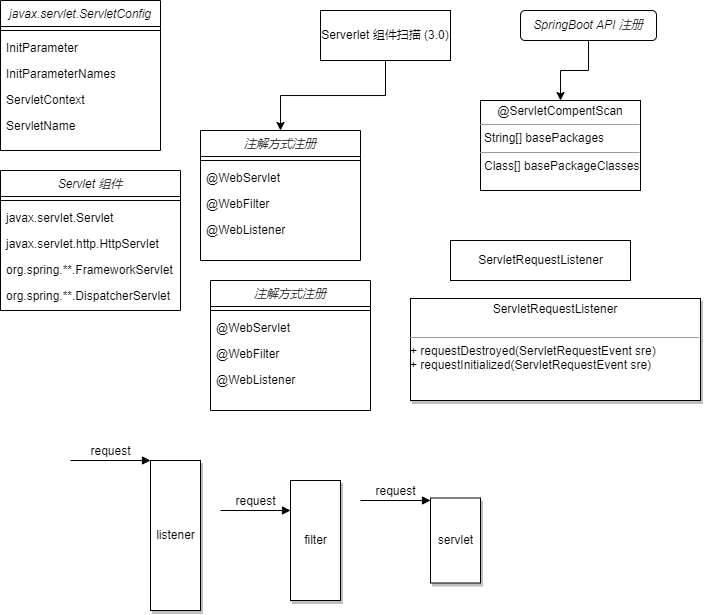
Before: diagrams/springboot-web.drawio.png, a diagram exported from draw.io (GitHeP/diagrams). Source tidied: cells renumbered, new cells last; positions are measured from the earlier drawing's top-left corner, leaving out a move shared by most shapes.
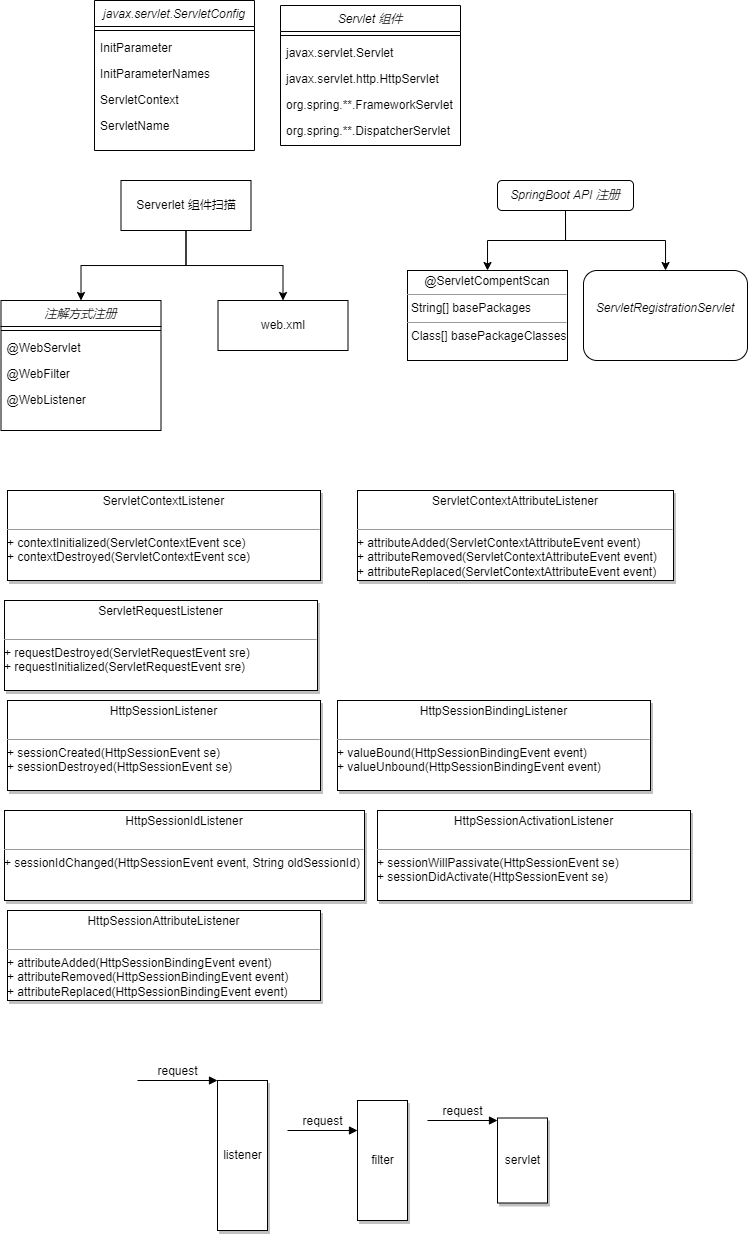
After the commit.

Diff of the diagram source:
```diff
@@ -3,7 +3,7 @@
     <mxCell id="0" />
     <mxCell id="1" parent="0" />
     <mxCell id="2" value="javax.servlet.ServletConfig" style="swimlane;fontStyle=2;align=center;verticalAlign=top;horizontal=1;startSize=26;rounded=0;shadow=0;strokeWidth=1;" parent="1" vertex="1">
-      <mxGeometry width="160" height="150" as="geometry" />
+      <mxGeometry x="-30" width="160" height="150" as="geometry" />
     </mxCell>
     <mxCell id="3" style="line;html=1;strokeWidth=1;align=left;verticalAlign=middle;spacingTop=-1;spacingLeft=3;spacingRight=3;labelPosition=right;" parent="2" vertex="1">
       <mxGeometry y="26" width="160" height="8" as="geometry" />
@@ -23,11 +23,14 @@
     <mxCell id="8" style="edgeStyle=orthogonalEdgeStyle;rounded=0;jettySize=auto;html=1;exitX=0.5;exitY=1;exitDx=0;exitDy=0;entryX=0.5;entryY=0;entryDx=0;entryDy=0;" parent="1" edge="1" source="9" target="10">
       <mxGeometry relative="1" as="geometry" />
     </mxCell>
+    <mxCell id="38" style="edgeStyle=orthogonalEdgeStyle;rounded=0;jettySize=auto;html=1;exitX=0.5;exitY=1;exitDx=0;exitDy=0;entryX=0.5;entryY=0;entryDx=0;entryDy=0;" parent="1" edge="1" source="9" target="49">
+      <mxGeometry relative="1" as="geometry" />
+    </mxCell>
-    <mxCell id="9" value="&lt;span style=&quot;&quot;&gt;Serverlet 组件扫描 (3.0)&lt;/span&gt;" style="rounded=0;whiteSpace=wrap;html=1;" parent="1" vertex="1">
-      <mxGeometry x="320" y="10" width="130" height="50" as="geometry" />
+    <mxCell id="9" value="&lt;span style=&quot;&quot;&gt;Serverlet 组件扫描&lt;/span&gt;" style="rounded=0;whiteSpace=wrap;html=1;" parent="1" vertex="1">
+      <mxGeometry x="-3.5" y="180" width="130" height="50" as="geometry" />
     </mxCell>
     <mxCell id="10" value="注解方式注册" style="swimlane;fontStyle=2;align=center;verticalAlign=top;horizontal=1;startSize=26;rounded=0;shadow=0;strokeWidth=1;" parent="1" vertex="1">
-      <mxGeometry x="200" y="130" width="160" height="130" as="geometry" />
+      <mxGeometry x="-123.5" y="300" width="160" height="130" as="geometry" />
     </mxCell>
     <mxCell id="11" style="line;html=1;strokeWidth=1;align=left;verticalAlign=middle;spacingTop=-1;spacingLeft=3;spacingRight=3;labelPosition=right;" parent="10" vertex="1">
       <mxGeometry y="26" width="160" height="8" as="geometry" />
@@ -44,14 +47,17 @@
     <mxCell id="15" style="edgeStyle=orthogonalEdgeStyle;rounded=0;jettySize=auto;html=1;exitX=0.5;exitY=1;exitDx=0;exitDy=0;entryX=0.5;entryY=0;entryDx=0;entryDy=0;" parent="1" edge="1" source="16" target="17">
       <mxGeometry relative="1" as="geometry" />
     </mxCell>
+    <mxCell id="39" style="edgeStyle=orthogonalEdgeStyle;rounded=0;jettySize=auto;html=1;exitX=0.5;exitY=1;exitDx=0;exitDy=0;" parent="1" edge="1" source="16" target="40">
+      <mxGeometry relative="1" as="geometry" />
+    </mxCell>
     <mxCell id="16" value="&lt;span style=&quot;font-style: italic;&quot;&gt;SpringBoot API 注册&lt;/span&gt;" style="rounded=1;whiteSpace=wrap;html=1;" parent="1" vertex="1">
-      <mxGeometry x="520" y="10" width="136" height="30" as="geometry" />
+      <mxGeometry x="373" y="180" width="136" height="30" as="geometry" />
     </mxCell>
     <mxCell id="17" value="&lt;p style=&quot;margin:0px;margin-top:4px;text-align:center;&quot;&gt;&lt;span style=&quot;text-align: left;&quot;&gt;@ServletCompentScan&lt;/span&gt;&lt;br&gt;&lt;/p&gt;&lt;hr size=&quot;1&quot;&gt;&lt;p style=&quot;margin:0px;margin-left:4px;&quot;&gt;String[] basePackages&lt;/p&gt;&lt;hr size=&quot;1&quot;&gt;&lt;p style=&quot;margin:0px;margin-left:4px;&quot;&gt;Class[] basePackageClasses&lt;/p&gt;" style="verticalAlign=top;align=left;overflow=fill;fontSize=12;fontFamily=Helvetica;html=1;" parent="1" vertex="1">
-      <mxGeometry x="480" y="100" width="160" height="90" as="geometry" />
+      <mxGeometry x="283" y="270" width="160" height="90" as="geometry" />
     </mxCell>
     <mxCell id="18" value="Servlet 组件" style="swimlane;fontStyle=2;align=center;verticalAlign=top;horizontal=1;startSize=26;rounded=0;shadow=0;strokeWidth=1;" parent="1" vertex="1">
-      <mxGeometry y="170" width="180" height="140" as="geometry" />
+      <mxGeometry x="156" y="5" width="180" height="140" as="geometry" />
     </mxCell>
     <mxCell id="19" style="line;html=1;strokeWidth=1;align=left;verticalAlign=middle;spacingTop=-1;spacingLeft=3;spacingRight=3;labelPosition=right;" parent="18" vertex="1">
       <mxGeometry y="26" width="180" height="8" as="geometry" />
@@ -68,55 +74,67 @@
     <mxCell id="23" value="org.spring.**.DispatcherServlet" style="text;align=left;verticalAlign=top;spacingLeft=4;spacingRight=4;overflow=hidden;" parent="18" vertex="1">
       <mxGeometry y="112" width="180" height="26" as="geometry" />
     </mxCell>
-    <mxCell id="24" value="注解方式注册" style="swimlane;fontStyle=2;align=center;verticalAlign=top;horizontal=1;startSize=26;rounded=0;shadow=0;strokeWidth=1;" parent="1" vertex="1">
-      <mxGeometry x="210" y="280" width="160" height="130" as="geometry" />
-    </mxCell>
-    <mxCell id="25" style="line;html=1;strokeWidth=1;align=left;verticalAlign=middle;spacingTop=-1;spacingLeft=3;spacingRight=3;labelPosition=right;" parent="24" vertex="1">
-      <mxGeometry y="26" width="160" height="8" as="geometry" />
-    </mxCell>
-    <mxCell id="26" value="@WebServlet" style="text;align=left;verticalAlign=top;spacingLeft=4;spacingRight=4;overflow=hidden;" parent="24" vertex="1">
-      <mxGeometry y="34" width="160" height="26" as="geometry" />
-    </mxCell>
-    <mxCell id="27" value="@WebFilter" style="text;align=left;verticalAlign=top;spacingLeft=4;spacingRight=4;overflow=hidden;" parent="24" vertex="1">
-      <mxGeometry y="60" width="160" height="26" as="geometry" />
-    </mxCell>
-    <mxCell id="28" value="@WebListener" style="text;align=left;verticalAlign=top;spacingLeft=4;spacingRight=4;overflow=hidden;" parent="24" vertex="1">
-      <mxGeometry y="86" width="160" height="26" as="geometry" />
-    </mxCell>
     <mxCell id="29" style="text;strokeColor=none;fillColor=none;align=left;verticalAlign=middle;spacingTop=-1;spacingLeft=4;spacingRight=4;labelPosition=right;" parent="1" vertex="1">
-      <mxGeometry x="440" y="298" width="160" height="12" as="geometry" />
+      <mxGeometry x="383" y="248" width="160" height="12" as="geometry" />
     </mxCell>
-    <mxCell id="30" value="ServletRequestListener" style="html=1;gradientColor=none;gradientDirection=north;" parent="1" vertex="1">
-      <mxGeometry x="450" y="240" width="180" height="40" as="geometry" />
-    </mxCell>
     <mxCell id="31" value="&lt;p style=&quot;margin:0px;margin-top:4px;text-align:center;&quot;&gt;ServletRequestListener&lt;br&gt;&lt;/p&gt;&lt;p style=&quot;margin:0px;margin-left:4px;&quot;&gt;&lt;br&gt;&lt;/p&gt;&lt;hr size=&quot;1&quot;&gt;+ requestDestroyed(ServletRequestEvent sre)&lt;br&gt;+&amp;nbsp;&lt;span style=&quot;background-color: initial;&quot;&gt;requestInitialized(ServletRequestEvent sre)&lt;/span&gt;" style="verticalAlign=top;align=left;overflow=fill;fontSize=12;fontFamily=Helvetica;html=1;shadow=1;gradientColor=none;gradientDirection=north;" parent="1" vertex="1">
-      <mxGeometry x="410" y="298" width="290" height="102" as="geometry" />
+      <mxGeometry x="-120" y="600" width="313" height="90" as="geometry" />
     </mxCell>
     <mxCell id="32" value="listener" style="html=1;points=[];perimeter=orthogonalPerimeter;shadow=1;gradientColor=none;gradientDirection=north;" parent="1" vertex="1">
-      <mxGeometry x="150" y="460" width="50" height="150" as="geometry" />
+      <mxGeometry x="93" y="1080" width="50" height="150" as="geometry" />
     </mxCell>
     <mxCell id="33" value="request" style="html=1;verticalAlign=bottom;endArrow=block;entryX=0;entryY=0;rounded=0;" parent="1" edge="1" target="32">
       <mxGeometry relative="1" as="geometry">
-        <mxPoint x="70" y="460" as="sourcePoint" />
+        <mxPoint x="13" y="1080" as="sourcePoint" />
       </mxGeometry>
     </mxCell>
     <mxCell id="34" value="filter" style="html=1;perimeter=orthogonalPerimeter;shadow=1;gradientColor=none;gradientDirection=north;" parent="1" vertex="1">
-      <mxGeometry x="290" y="480" width="50" height="120" as="geometry" />
+      <mxGeometry x="233" y="1100" width="50" height="120" as="geometry" />
     </mxCell>
     <mxCell id="35" value="request" style="html=1;verticalAlign=bottom;endArrow=block;entryX=0;entryY=0;rounded=0;" parent="1" edge="1">
       <mxGeometry relative="1" as="geometry">
-        <mxPoint x="220" y="510" as="sourcePoint" />
-        <mxPoint x="290" y="510" as="targetPoint" />
+        <mxPoint x="163" y="1130" as="sourcePoint" />
+        <mxPoint x="233" y="1130" as="targetPoint" />
       </mxGeometry>
     </mxCell>
     <mxCell id="36" value="servlet" style="html=1;perimeter=orthogonalPerimeter;shadow=1;gradientColor=none;gradientDirection=north;" parent="1" vertex="1">
-      <mxGeometry x="430" y="497.5" width="50" height="85" as="geometry" />
+      <mxGeometry x="373" y="1117.5" width="50" height="85" as="geometry" />
     </mxCell>
     <mxCell id="37" value="request" style="html=1;verticalAlign=bottom;endArrow=block;entryX=0;entryY=0;rounded=0;" parent="1" edge="1">
       <mxGeometry relative="1" as="geometry">
-        <mxPoint x="360" y="500" as="sourcePoint" />
-        <mxPoint x="430" y="500" as="targetPoint" />
+        <mxPoint x="303" y="1120" as="sourcePoint" />
+        <mxPoint x="373" y="1120" as="targetPoint" />
       </mxGeometry>
     </mxCell>
+    <mxCell id="40" value="&lt;span style=&quot;font-style: italic;&quot;&gt;ServletRegistrationServlet&lt;br&gt;&lt;br&gt;&lt;/span&gt;" style="rounded=1;whiteSpace=wrap;html=1;" parent="1" vertex="1">
+      <mxGeometry x="459" y="270" width="164" height="90" as="geometry" />
+    </mxCell>
+    <mxCell id="41" value="&lt;p style=&quot;margin:0px;margin-top:4px;text-align:center;&quot;&gt;ServletContextAttributeListener&lt;br&gt;&lt;/p&gt;&lt;p style=&quot;margin:0px;margin-left:4px;&quot;&gt;&lt;br&gt;&lt;/p&gt;&lt;hr size=&quot;1&quot;&gt;+ attributeAdded(ServletContextAttributeEvent event)&lt;br&gt;+ attributeRemoved(ServletContextAttributeEvent event)&lt;br&gt;+&amp;nbsp;attributeReplaced(ServletContextAttributeEvent event)" style="verticalAlign=top;align=left;overflow=fill;fontSize=12;fontFamily=Helvetica;html=1;shadow=1;gradientColor=none;gradientDirection=north;" parent="1" vertex="1">
+      <mxGeometry x="233" y="490" width="316" height="90" as="geometry" />
+    </mxCell>
+    <mxCell id="42" value="&lt;p style=&quot;margin:0px;margin-top:4px;text-align:center;&quot;&gt;HttpSessionListener&lt;br&gt;&lt;/p&gt;&lt;p style=&quot;margin:0px;margin-left:4px;&quot;&gt;&lt;br&gt;&lt;/p&gt;&lt;hr size=&quot;1&quot;&gt;+ sessionCreated(HttpSessionEvent se)&lt;br&gt;+ sessionDestroyed(HttpSessionEvent se)" style="verticalAlign=top;align=left;overflow=fill;fontSize=12;fontFamily=Helvetica;html=1;shadow=1;gradientColor=none;gradientDirection=north;" parent="1" vertex="1">
+      <mxGeometry x="-117" y="700" width="313" height="90" as="geometry" />
+    </mxCell>
+    <mxCell id="43" value="&lt;p style=&quot;margin:0px;margin-top:4px;text-align:center;&quot;&gt;ServletContextListener&lt;br&gt;&lt;/p&gt;&lt;p style=&quot;margin:0px;margin-left:4px;&quot;&gt;&lt;br&gt;&lt;/p&gt;&lt;hr size=&quot;1&quot;&gt;+&amp;nbsp;contextInitialized(ServletContextEvent sce)&lt;br&gt;+&amp;nbsp;contextDestroyed(ServletContextEvent sce)" style="verticalAlign=top;align=left;overflow=fill;fontSize=12;fontFamily=Helvetica;html=1;shadow=1;gradientColor=none;gradientDirection=north;" parent="1" vertex="1">
+      <mxGeometry x="-117" y="490" width="313" height="90" as="geometry" />
+    </mxCell>
+    <mxCell id="44" style="edgeStyle=orthogonalEdgeStyle;rounded=0;orthogonalLoop=1;jettySize=auto;html=1;exitX=0.5;exitY=1;exitDx=0;exitDy=0;" parent="1" edge="1" source="41" target="41">
+      <mxGeometry relative="1" as="geometry" />
+    </mxCell>
+    <mxCell id="45" value="&lt;p style=&quot;margin:0px;margin-top:4px;text-align:center;&quot;&gt;HttpSessionBindingListener&lt;br&gt;&lt;/p&gt;&lt;p style=&quot;margin:0px;margin-left:4px;&quot;&gt;&lt;br&gt;&lt;/p&gt;&lt;hr size=&quot;1&quot;&gt;+ valueBound(HttpSessionBindingEvent event)&lt;br&gt;+ valueUnbound(HttpSessionBindingEvent event)" style="verticalAlign=top;align=left;overflow=fill;fontSize=12;fontFamily=Helvetica;html=1;shadow=1;gradientColor=none;gradientDirection=north;" parent="1" vertex="1">
+      <mxGeometry x="213" y="700" width="313" height="90" as="geometry" />
+    </mxCell>
+    <mxCell id="46" value="&lt;p style=&quot;margin:0px;margin-top:4px;text-align:center;&quot;&gt;HttpSessionIdListener&lt;br&gt;&lt;/p&gt;&lt;p style=&quot;margin:0px;margin-left:4px;&quot;&gt;&lt;br&gt;&lt;/p&gt;&lt;hr size=&quot;1&quot;&gt;+ sessionIdChanged(HttpSessionEvent event, String oldSessionId)" style="verticalAlign=top;align=left;overflow=fill;fontSize=12;fontFamily=Helvetica;html=1;shadow=1;gradientColor=none;gradientDirection=north;" parent="1" vertex="1">
+      <mxGeometry x="-120" y="810" width="360" height="90" as="geometry" />
+    </mxCell>
+    <mxCell id="47" value="&lt;p style=&quot;margin:0px;margin-top:4px;text-align:center;&quot;&gt;HttpSessionActivationListener&lt;br&gt;&lt;/p&gt;&lt;p style=&quot;margin:0px;margin-left:4px;&quot;&gt;&lt;br&gt;&lt;/p&gt;&lt;hr size=&quot;1&quot;&gt;+ sessionWillPassivate(HttpSessionEvent se)&lt;br&gt;+ sessionDidActivate(HttpSessionEvent se)" style="verticalAlign=top;align=left;overflow=fill;fontSize=12;fontFamily=Helvetica;html=1;shadow=1;gradientColor=none;gradientDirection=north;" parent="1" vertex="1">
+      <mxGeometry x="253" y="810" width="313" height="90" as="geometry" />
+    </mxCell>
+    <mxCell id="48" value="&lt;p style=&quot;margin:0px;margin-top:4px;text-align:center;&quot;&gt;HttpSessionAttributeListener&lt;br&gt;&lt;/p&gt;&lt;p style=&quot;margin:0px;margin-left:4px;&quot;&gt;&lt;br&gt;&lt;/p&gt;&lt;hr size=&quot;1&quot;&gt;+ attributeAdded(HttpSessionBindingEvent event)&lt;br&gt;+ attributeRemoved(HttpSessionBindingEvent event)&lt;br&gt;+&amp;nbsp;attributeReplaced(HttpSessionBindingEvent event)" style="verticalAlign=top;align=left;overflow=fill;fontSize=12;fontFamily=Helvetica;html=1;shadow=1;gradientColor=none;gradientDirection=north;" parent="1" vertex="1">
+      <mxGeometry x="-117" y="910" width="313" height="90" as="geometry" />
+    </mxCell>
+    <mxCell id="49" value="&lt;span style=&quot;&quot;&gt;web.xml&lt;/span&gt;" style="rounded=0;whiteSpace=wrap;html=1;" parent="1" vertex="1">
+      <mxGeometry x="93.5" y="300" width="130" height="50" as="geometry" />
+    </mxCell>
   </root>
 </mxGraphModel>
```
